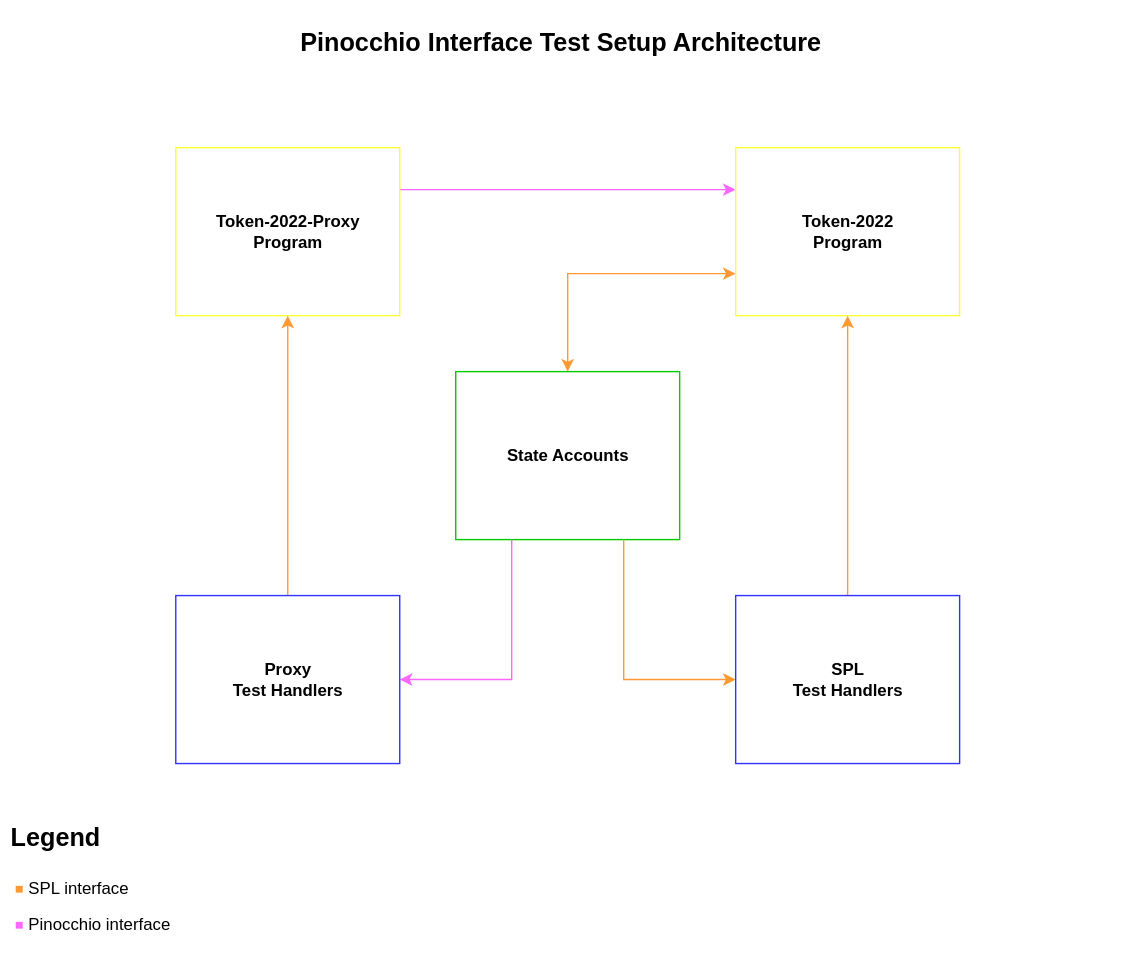
Before: cpi-tests/diagrams/pinocchio_cpi_test_setup_architecture.drawio.svg, a diagram exported from draw.io (burhankhaja/pinocchio-extensions). Source tidied: cells renumbered, new cells last; positions are measured from the earlier drawing's top-left corner, leaving out a move shared by most shapes. Source of this version:
```xml
<mxGraphModel>
  <root>
    <mxCell id="0" />
    <mxCell id="1" parent="0" />
    <mxCell id="2" style="edgeStyle=orthogonalEdgeStyle;rounded=0;jettySize=auto;html=1;exitX=1;exitY=0.25;exitDx=0;exitDy=0;entryX=0;entryY=0.25;entryDx=0;entryDy=0;strokeColor=#FF66FF;" parent="1" edge="1" source="3" target="7">
      <mxGeometry relative="1" as="geometry" />
    </mxCell>
    <mxCell id="3" value="&lt;b&gt;Token-2022-Proxy&lt;br&gt;Program&lt;/b&gt;" style="rounded=0;whiteSpace=wrap;html=1;strokeColor=#FFFF33;" parent="1" vertex="1">
      <mxGeometry x="120" y="100" width="160" height="120" as="geometry" />
    </mxCell>
    <mxCell id="4" value="&lt;h1 style=&quot;margin-top: 0px;&quot;&gt;&lt;font style=&quot;font-size: 18px;&quot;&gt;Legend&lt;/font&gt;&lt;/h1&gt;&lt;p&gt;&lt;span style=&quot;background-color: transparent;&quot;&gt;&lt;font color=&quot;#ffff00&quot;&gt;&amp;nbsp;&lt;/font&gt;&lt;font style=&quot;color: rgb(255, 153, 51);&quot;&gt;⏹&lt;/font&gt;&lt;font color=&quot;#ffff00&quot;&gt; &lt;/font&gt;&lt;/span&gt;&lt;span style=&quot;color: light-dark(rgb(0, 0, 0), rgb(255, 255, 255)); background-color: transparent;&quot;&gt;SPL interface&lt;/span&gt;&lt;/p&gt;&lt;p&gt;&lt;font color=&quot;#ffff00&quot;&gt;&amp;nbsp;&lt;/font&gt;&lt;span style=&quot;background-color: transparent;&quot;&gt;&lt;font style=&quot;color: rgb(255, 102, 255);&quot;&gt;⏹&lt;/font&gt;&lt;font color=&quot;#ffff00&quot;&gt; &lt;/font&gt;&lt;/span&gt;&lt;span style=&quot;background-color: transparent; color: light-dark(rgb(0, 0, 0), rgb(255, 255, 255));&quot;&gt;Pinocchio interface&lt;/span&gt;&lt;/p&gt;" style="text;html=1;whiteSpace=wrap;overflow=hidden;rounded=0;" parent="1" vertex="1">
      <mxGeometry y="570" width="130" height="100" as="geometry" />
    </mxCell>
    <mxCell id="5" value="&lt;b&gt;&lt;font style=&quot;font-size: 18px;&quot;&gt;Pinocchio Interface Test Setup Architecture&lt;/font&gt;&lt;/b&gt;" style="text;html=1;align=center;verticalAlign=middle;whiteSpace=wrap;rounded=0;" parent="1" vertex="1">
      <mxGeometry x="170" width="450" height="50" as="geometry" />
    </mxCell>
    <mxCell id="6" style="edgeStyle=orthogonalEdgeStyle;rounded=0;jettySize=auto;html=1;exitX=0;exitY=0.75;exitDx=0;exitDy=0;entryX=0.5;entryY=0;entryDx=0;entryDy=0;strokeColor=#FF9933;startArrow=classic;startFill=1;" parent="1" edge="1" source="7" target="8">
      <mxGeometry relative="1" as="geometry" />
    </mxCell>
    <mxCell id="7" value="&lt;b&gt;Token-2022&lt;br&gt;Program&lt;/b&gt;" style="rounded=0;whiteSpace=wrap;html=1;strokeColor=#FFFF33;" parent="1" vertex="1">
      <mxGeometry x="520" y="100" width="160" height="120" as="geometry" />
    </mxCell>
    <mxCell id="8" value="&lt;b&gt;State Accounts&lt;/b&gt;" style="rounded=0;whiteSpace=wrap;html=1;strokeColor=#00CC00;" parent="1" vertex="1">
      <mxGeometry x="320" y="260" width="160" height="120" as="geometry" />
    </mxCell>
    <mxCell id="9" style="edgeStyle=orthogonalEdgeStyle;rounded=0;jettySize=auto;html=1;entryX=0.5;entryY=1;entryDx=0;entryDy=0;strokeColor=#FF9933;" parent="1" edge="1" source="11" target="3">
      <mxGeometry relative="1" as="geometry" />
    </mxCell>
    <mxCell id="10" style="edgeStyle=orthogonalEdgeStyle;rounded=0;jettySize=auto;html=1;exitX=1;exitY=0.5;exitDx=0;exitDy=0;entryX=0.25;entryY=1;entryDx=0;entryDy=0;strokeColor=#FF66FF;endArrow=none;endFill=0;startArrow=classic;startFill=1;" parent="1" edge="1" source="11" target="8">
      <mxGeometry relative="1" as="geometry" />
    </mxCell>
    <mxCell id="11" value="&lt;b&gt;Proxy&lt;br&gt;Test Handlers&lt;/b&gt;" style="rounded=0;whiteSpace=wrap;html=1;strokeColor=#3333FF;" parent="1" vertex="1">
      <mxGeometry x="120" y="420" width="160" height="120" as="geometry" />
    </mxCell>
    <mxCell id="12" style="edgeStyle=orthogonalEdgeStyle;rounded=0;jettySize=auto;html=1;exitX=0.5;exitY=0;exitDx=0;exitDy=0;entryX=0.5;entryY=1;entryDx=0;entryDy=0;strokeColor=#FF9933;" parent="1" edge="1" source="14" target="7">
      <mxGeometry relative="1" as="geometry" />
    </mxCell>
    <mxCell id="13" style="edgeStyle=orthogonalEdgeStyle;rounded=0;jettySize=auto;html=1;exitX=0;exitY=0.5;exitDx=0;exitDy=0;entryX=0.75;entryY=1;entryDx=0;entryDy=0;strokeColor=#FF9933;startArrow=classic;startFill=1;endArrow=none;endFill=0;" parent="1" edge="1" source="14" target="8">
      <mxGeometry relative="1" as="geometry" />
    </mxCell>
    <mxCell id="14" value="&lt;b&gt;SPL&lt;br&gt;Test Handlers&lt;/b&gt;" style="rounded=0;whiteSpace=wrap;html=1;strokeColor=#3333FF;" parent="1" vertex="1">
      <mxGeometry x="520" y="420" width="160" height="120" as="geometry" />
    </mxCell>
    <mxCell id="15" value="&lt;h1 style=&quot;margin-top: 0px;&quot;&gt;&lt;br&gt;&lt;/h1&gt;&lt;p&gt;&lt;font color=&quot;#ffff00&quot;&gt;&amp;nbsp;&lt;/font&gt;&lt;/p&gt;" style="text;html=1;whiteSpace=wrap;overflow=hidden;rounded=0;" parent="1" vertex="1">
      <mxGeometry x="670" y="580" width="130" height="100" as="geometry" />
    </mxCell>
  </root>
</mxGraphModel>
```
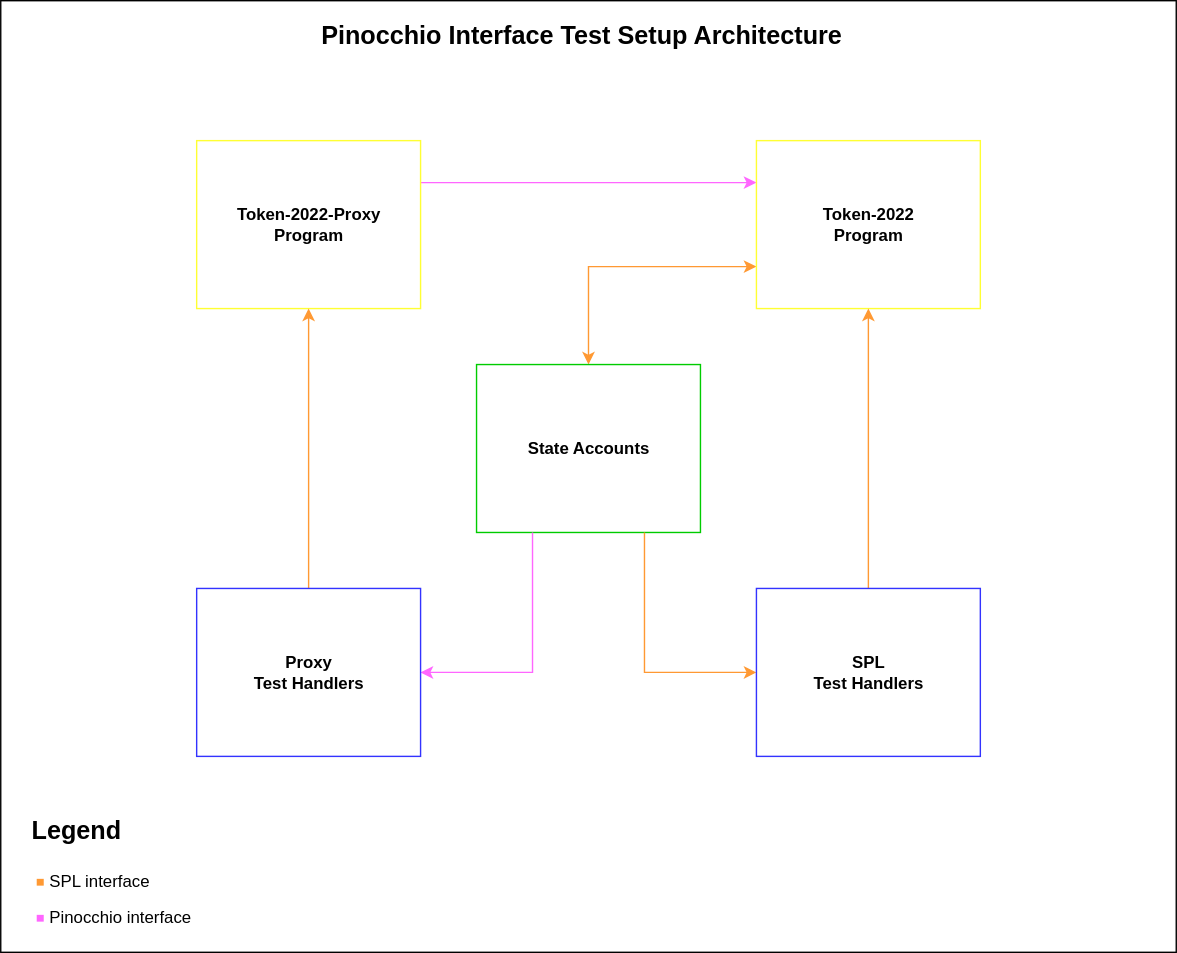
The same file after the commit.

Diff of the diagram source:
```diff
@@ -41,8 +41,8 @@
     <mxCell id="14" value="&lt;b&gt;SPL&lt;br&gt;Test Handlers&lt;/b&gt;" style="rounded=0;whiteSpace=wrap;html=1;strokeColor=#3333FF;" parent="1" vertex="1">
       <mxGeometry x="520" y="420" width="160" height="120" as="geometry" />
     </mxCell>
-    <mxCell id="15" value="&lt;h1 style=&quot;margin-top: 0px;&quot;&gt;&lt;br&gt;&lt;/h1&gt;&lt;p&gt;&lt;font color=&quot;#ffff00&quot;&gt;&amp;nbsp;&lt;/font&gt;&lt;/p&gt;" style="text;html=1;whiteSpace=wrap;overflow=hidden;rounded=0;" parent="1" vertex="1">
-      <mxGeometry x="670" y="580" width="130" height="100" as="geometry" />
+    <mxCell id="15" style="rounded=0;whiteSpace=wrap;html=1;fillColor=none;strokeColor=#000000;" parent="1" vertex="1">
+      <mxGeometry x="-20" width="840" height="680" as="geometry" />
     </mxCell>
   </root>
 </mxGraphModel>
```
